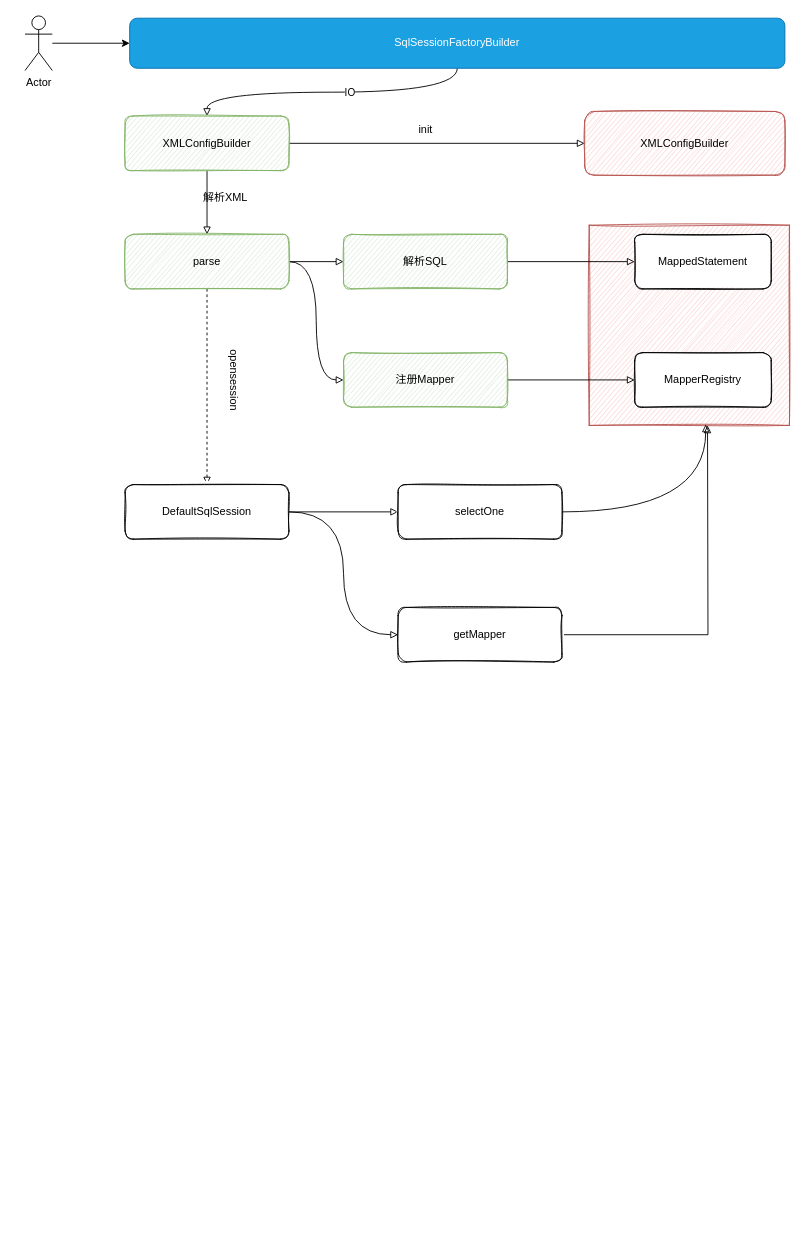
Before: 4.Mapper XML的解析和注册使用.drawio in oat1314/mybatis-draw, a draw.io diagram. Source tidied: cells renumbered, new cells numbered last; positions are measured from the earlier drawing's top-left corner, leaving out a move shared by most shapes. Both pictures are drawn from the tidied source at 91%, with x=0, y=0 at pixel (25, 15).
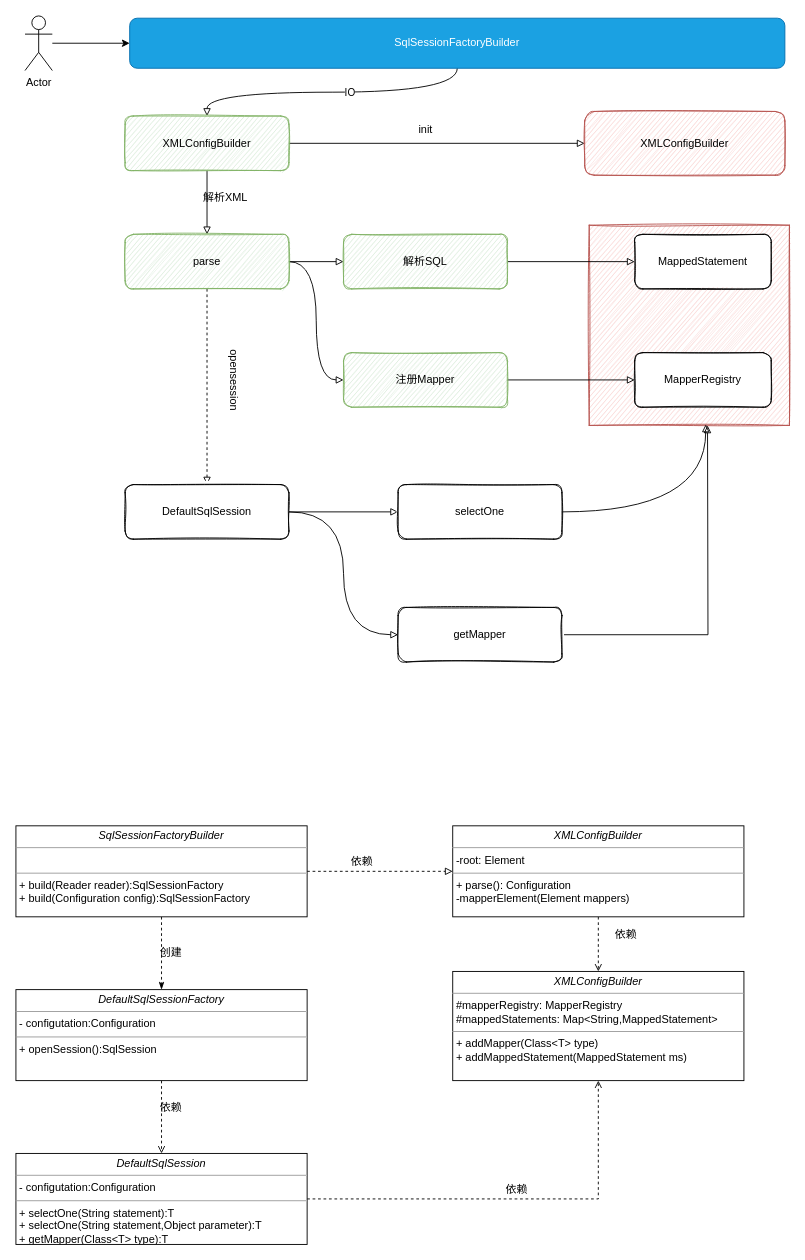
The same diagram, later.

Commit message (it also covers changes not shown here):
更新4.Mapper XML的解析和注册使用.drawio

What changed in the source:
```diff
@@
+    <mxCell id="32" style="edgeStyle=orthogonalEdgeStyle;rounded=0;jettySize=auto;html=1;entryX=0;entryY=0.5;entryDx=0;entryDy=0;dashed=1;endArrow=block;endFill=0;" parent="1" edge="1" source="34" target="36">
+      <mxGeometry relative="1" as="geometry" />
+    </mxCell>
+    <mxCell id="33" style="edgeStyle=orthogonalEdgeStyle;rounded=0;jettySize=auto;html=1;entryX=0.5;entryY=0;entryDx=0;entryDy=0;dashed=1;endArrow=classicThin;endFill=1;" parent="1" edge="1" source="34" target="39">
+      <mxGeometry relative="1" as="geometry" />
+    </mxCell>
+    <mxCell id="34" value="&lt;p style=&quot;margin:0px;margin-top:4px;text-align:center;&quot;&gt;&lt;i&gt;SqlSessionFactoryBuilder&lt;/i&gt;&lt;/p&gt;&lt;hr size=&quot;1&quot;&gt;&lt;p style=&quot;margin:0px;margin-left:4px;&quot;&gt;&lt;br&gt;&lt;/p&gt;&lt;hr size=&quot;1&quot;&gt;&lt;p style=&quot;margin:0px;margin-left:4px;&quot;&gt;+ build(Reader reader):SqlSessionFactory&lt;/p&gt;&lt;p style=&quot;margin:0px;margin-left:4px;&quot;&gt;+ build(Configuration config):SqlSessionFactory&lt;/p&gt;" style="verticalAlign=top;align=left;overflow=fill;fontSize=12;fontFamily=Helvetica;html=1;rounded=0;shadow=0;glass=0;sketch=0;gradientColor=none;" parent="1" vertex="1">
+      <mxGeometry x="-10" y="890" width="320" height="100" as="geometry" />
+    </mxCell>
+    <mxCell id="35" style="edgeStyle=orthogonalEdgeStyle;rounded=0;jettySize=auto;html=1;exitX=0.5;exitY=1;exitDx=0;exitDy=0;entryX=0.5;entryY=0;entryDx=0;entryDy=0;dashed=1;endArrow=open;endFill=0;" parent="1" edge="1" source="36" target="41">
+      <mxGeometry relative="1" as="geometry" />
+    </mxCell>
+    <mxCell id="36" value="&lt;p style=&quot;margin:0px;margin-top:4px;text-align:center;&quot;&gt;&lt;i&gt;XMLConfigBuilder&lt;/i&gt;&lt;/p&gt;&lt;hr size=&quot;1&quot;&gt;&lt;p style=&quot;margin:0px;margin-left:4px;&quot;&gt;-root: Element&lt;/p&gt;&lt;hr size=&quot;1&quot;&gt;&lt;p style=&quot;margin:0px;margin-left:4px;&quot;&gt;+ parse(): Configuration&lt;/p&gt;&lt;p style=&quot;margin:0px;margin-left:4px;&quot;&gt;-mapperElement(Element mappers)&lt;/p&gt;" style="verticalAlign=top;align=left;overflow=fill;fontSize=12;fontFamily=Helvetica;html=1;rounded=0;shadow=0;glass=0;sketch=0;gradientColor=none;" parent="1" vertex="1">
+      <mxGeometry x="470" y="890" width="320" height="100" as="geometry" />
+    </mxCell>
+    <mxCell id="37" value="依赖" style="text;html=1;align=center;verticalAlign=middle;strokeColor=none;fillColor=none;" parent="1" vertex="1">
+      <mxGeometry x="345" y="915" width="50" height="30" as="geometry" />
+    </mxCell>
+    <mxCell id="38" style="edgeStyle=orthogonalEdgeStyle;rounded=0;jettySize=auto;html=1;entryX=0.5;entryY=0;entryDx=0;entryDy=0;dashed=1;endArrow=open;endFill=0;" parent="1" edge="1" source="39" target="43">
+      <mxGeometry relative="1" as="geometry" />
+    </mxCell>
+    <mxCell id="39" value="&lt;p style=&quot;margin:0px;margin-top:4px;text-align:center;&quot;&gt;&lt;i&gt;DefaultSqlSessionFactory&lt;/i&gt;&lt;/p&gt;&lt;hr size=&quot;1&quot;&gt;&lt;p style=&quot;margin:0px;margin-left:4px;&quot;&gt;- configutation:Configuration&lt;/p&gt;&lt;hr size=&quot;1&quot;&gt;&lt;p style=&quot;margin:0px;margin-left:4px;&quot;&gt;+ openSession():SqlSession&lt;/p&gt;" style="verticalAlign=top;align=left;overflow=fill;fontSize=12;fontFamily=Helvetica;html=1;rounded=0;shadow=0;glass=0;sketch=0;gradientColor=none;" parent="1" vertex="1">
+      <mxGeometry x="-10" y="1070" width="320" height="100" as="geometry" />
+    </mxCell>
+    <mxCell id="40" value="创建" style="text;html=1;align=center;verticalAlign=middle;strokeColor=none;fillColor=none;" parent="1" vertex="1">
+      <mxGeometry x="135" y="1015" width="50" height="30" as="geometry" />
+    </mxCell>
+    <mxCell id="41" value="&lt;p style=&quot;margin:0px;margin-top:4px;text-align:center;&quot;&gt;&lt;i&gt;XMLConfigBuilder&lt;/i&gt;&lt;/p&gt;&lt;hr size=&quot;1&quot;&gt;&lt;p style=&quot;margin:0px;margin-left:4px;&quot;&gt;#mapperRegistry: MapperRegistry&lt;/p&gt;&lt;p style=&quot;margin:0px;margin-left:4px;&quot;&gt;#mappedStatements: Map&amp;lt;String,MappedStatement&amp;gt;&lt;/p&gt;&lt;hr size=&quot;1&quot;&gt;&lt;p style=&quot;margin:0px;margin-left:4px;&quot;&gt;+ addMapper(Class&amp;lt;T&amp;gt; type)&lt;br&gt;&lt;/p&gt;&lt;p style=&quot;margin:0px;margin-left:4px;&quot;&gt;+ addMappedStatement(MappedStatement ms)&lt;/p&gt;" style="verticalAlign=top;align=left;overflow=fill;fontSize=12;fontFamily=Helvetica;html=1;rounded=0;shadow=0;glass=0;sketch=0;gradientColor=none;" parent="1" vertex="1">
+      <mxGeometry x="470" y="1050" width="320" height="120" as="geometry" />
+    </mxCell>
+    <mxCell id="42" style="edgeStyle=orthogonalEdgeStyle;rounded=0;jettySize=auto;html=1;entryX=0.5;entryY=1;entryDx=0;entryDy=0;dashed=1;endArrow=open;endFill=0;" parent="1" edge="1" source="43" target="41">
+      <mxGeometry relative="1" as="geometry" />
+    </mxCell>
+    <mxCell id="43" value="&lt;p style=&quot;margin:0px;margin-top:4px;text-align:center;&quot;&gt;&lt;i&gt;DefaultSqlSession&lt;/i&gt;&lt;/p&gt;&lt;hr size=&quot;1&quot;&gt;&lt;p style=&quot;margin:0px;margin-left:4px;&quot;&gt;- configutation:Configuration&lt;/p&gt;&lt;hr size=&quot;1&quot;&gt;&lt;p style=&quot;margin:0px;margin-left:4px;&quot;&gt;+ selectOne(String statement):T&lt;/p&gt;&lt;p style=&quot;margin:0px;margin-left:4px;&quot;&gt;+ selectOne(String statement,Object parameter):T&lt;/p&gt;&lt;p style=&quot;margin:0px;margin-left:4px;&quot;&gt;+ getMapper(Class&amp;lt;T&amp;gt; type):T&lt;/p&gt;" style="verticalAlign=top;align=left;overflow=fill;fontSize=12;fontFamily=Helvetica;html=1;rounded=0;shadow=0;glass=0;sketch=0;gradientColor=none;" parent="1" vertex="1">
+      <mxGeometry x="-10" y="1250" width="320" height="100" as="geometry" />
+    </mxCell>
+    <mxCell id="44" value="依赖" style="text;html=1;align=center;verticalAlign=middle;strokeColor=none;fillColor=none;" parent="1" vertex="1">
+      <mxGeometry x="135" y="1185" width="50" height="30" as="geometry" />
+    </mxCell>
+    <mxCell id="45" value="依赖" style="text;html=1;align=center;verticalAlign=middle;strokeColor=none;fillColor=none;" parent="1" vertex="1">
+      <mxGeometry x="515" y="1275" width="50" height="30" as="geometry" />
+    </mxCell>
+    <mxCell id="46" value="依赖" style="text;html=1;align=center;verticalAlign=middle;strokeColor=none;fillColor=none;" parent="1" vertex="1">
+      <mxGeometry x="635" y="995" width="50" height="30" as="geometry" />
+    </mxCell>
```
